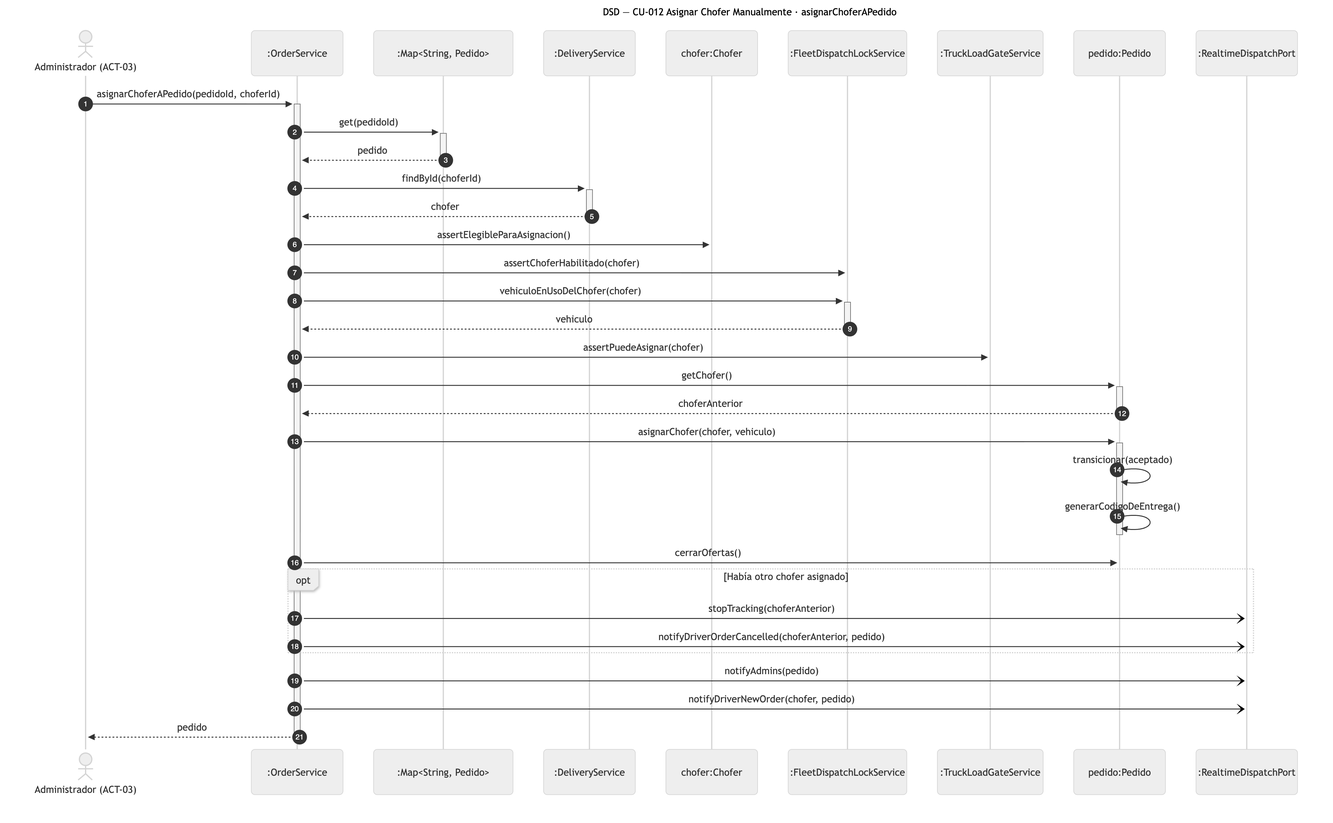
Earlier version of the Mermaid export diagramas/png/DSD_CU-012_asignarChoferAPedido.png (Nahuelito-Dev/splg-docs). Its source is kept beside it as diagramas/DSD_CU-012_asignarChoferAPedido.mmd.
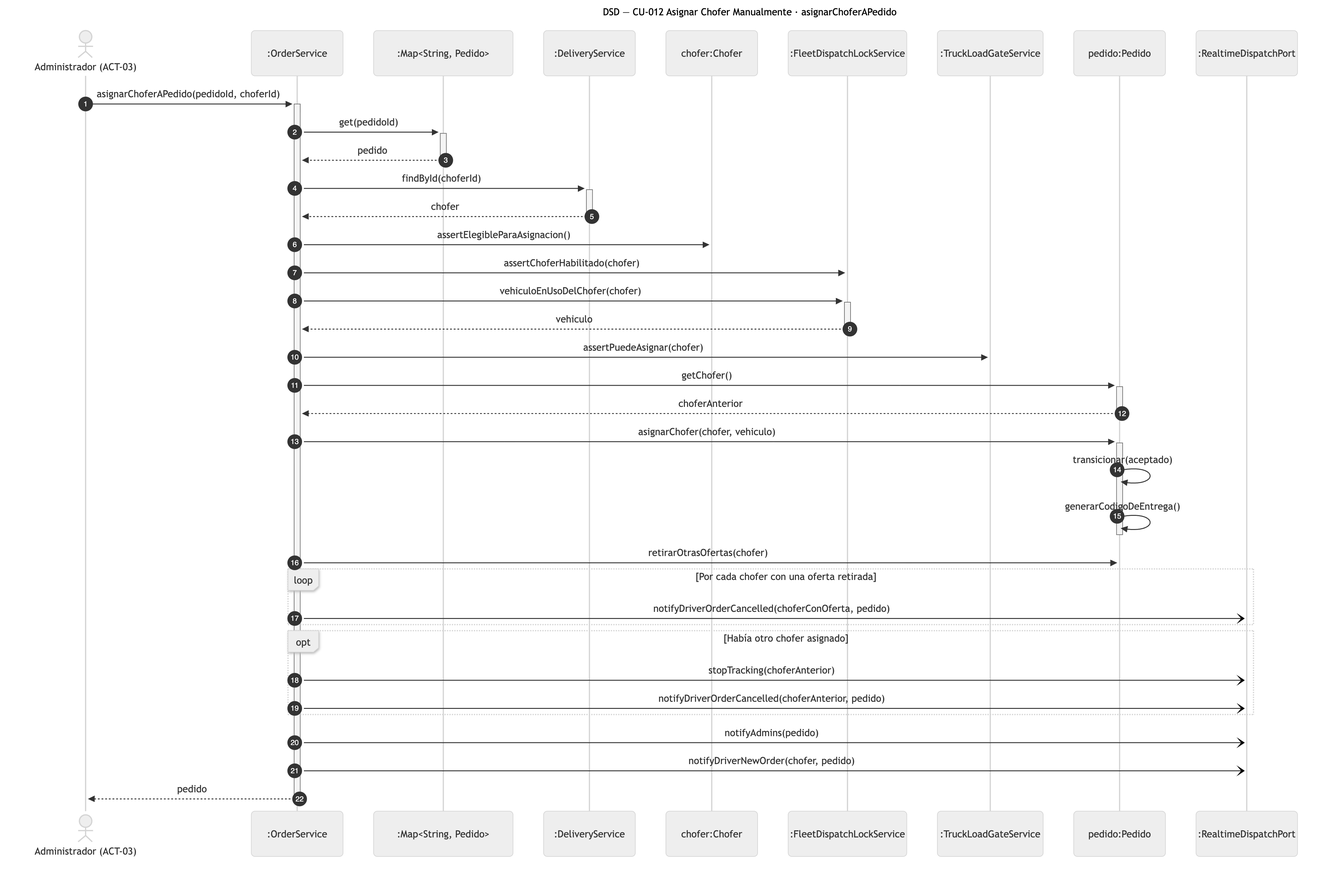
Above is the later version.

The edit, as a diff of the source:
```diff
@@ -27,7 +27,10 @@
     PED->>PED: transicionar(aceptado)
     PED->>PED: generarCodigoDeEntrega()
     deactivate PED
-    SRV->>PED: cerrarOfertas()
+    SRV->>PED: retirarOtrasOfertas(chofer)
+    loop Por cada chofer con una oferta retirada
+        SRV-)RT: notifyDriverOrderCancelled(choferConOferta, pedido)
+    end
     opt Había otro chofer asignado
         SRV-)RT: stopTracking(choferAnterior)
         SRV-)RT: notifyDriverOrderCancelled(choferAnterior, pedido)
```
